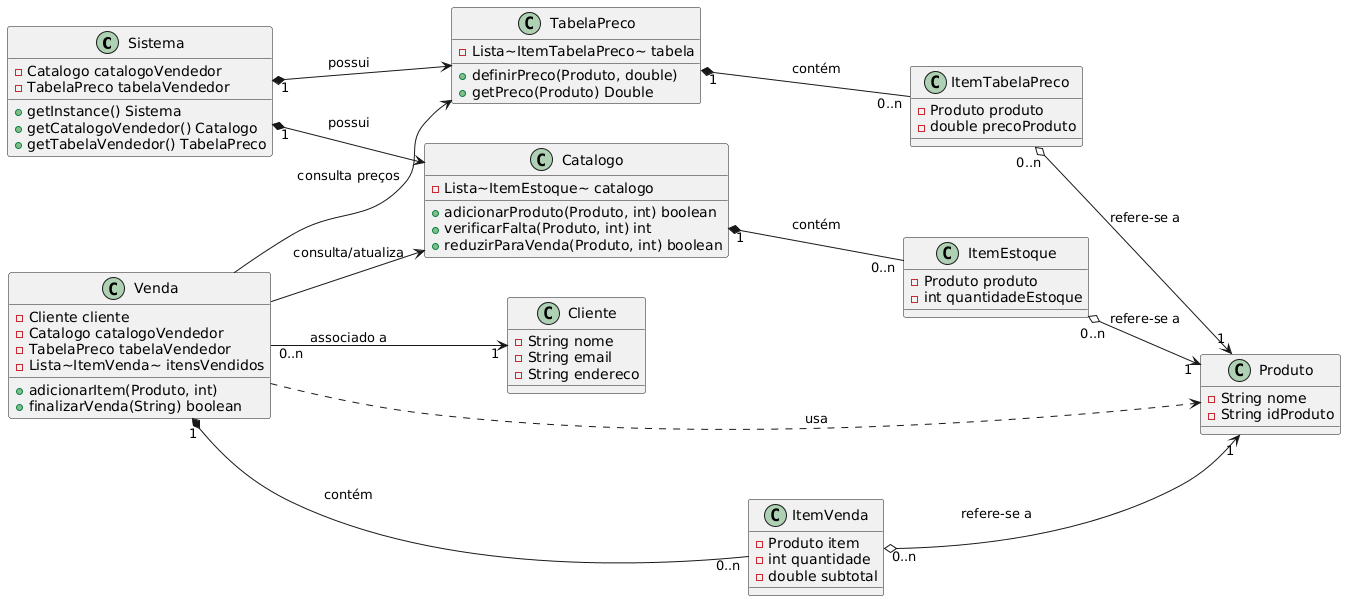
gabriq0/sistemaVendas keeps this PlantUML diagram as diagram.png. Above is the earlier version. Its diagram source:
```plantuml
@startuml
left to right direction
skinparam nodesep 40
skinparam ranksep 40
skinparam ortho direction

    class Sistema {
        -Catalogo catalogoVendedor
        -TabelaPreco tabelaVendedor
        +getInstance() Sistema
        +getCatalogoVendedor() Catalogo
        +getTabelaVendedor() TabelaPreco
    }

    class Venda {
        -Cliente cliente
        -Catalogo catalogoVendedor
        -TabelaPreco tabelaVendedor
        -Lista~ItemVenda~ itensVendidos
        +adicionarItem(Produto, int)
        +finalizarVenda(String) boolean
    }

    class Catalogo {
        -Lista~ItemEstoque~ catalogo
        +adicionarProduto(Produto, int) boolean
        +verificarFalta(Produto, int) int
        +reduzirParaVenda(Produto, int) boolean
    }

    class TabelaPreco {
        -Lista~ItemTabelaPreco~ tabela
        +definirPreco(Produto, double)
        +getPreco(Produto) Double
    }

    class ItemVenda {
        -Produto item
        -int quantidade
        -double subtotal
    }

    class ItemEstoque {
        -Produto produto
        -int quantidadeEstoque
    }

    class ItemTabelaPreco {
        -Produto produto
        -double precoProduto
    }

    class Produto {
        -String nome
        -String idProduto
    }

    class Cliente {
        -String nome
        -String email
        -String endereco
    }

    Sistema "1" *--> Catalogo : possui
    Sistema "1" *--> TabelaPreco : possui

    Venda "0..n" --> "1" Cliente : associado a
    Venda --> Catalogo : consulta/atualiza
    Venda --> TabelaPreco : consulta preços
    Venda ..> Produto : usa

    Venda "1" *-- "0..n" ItemVenda : contém
    Catalogo "1" *-- "0..n" ItemEstoque : contém
    TabelaPreco "1" *-- "0..n" ItemTabelaPreco : contém

    ItemVenda "0..n" o--> "1" Produto : refere-se a
    ItemEstoque "0..n" o--> "1" Produto : refere-se a
    ItemTabelaPreco "0..n" o--> "1" Produto : refere-se a
@enduml
```
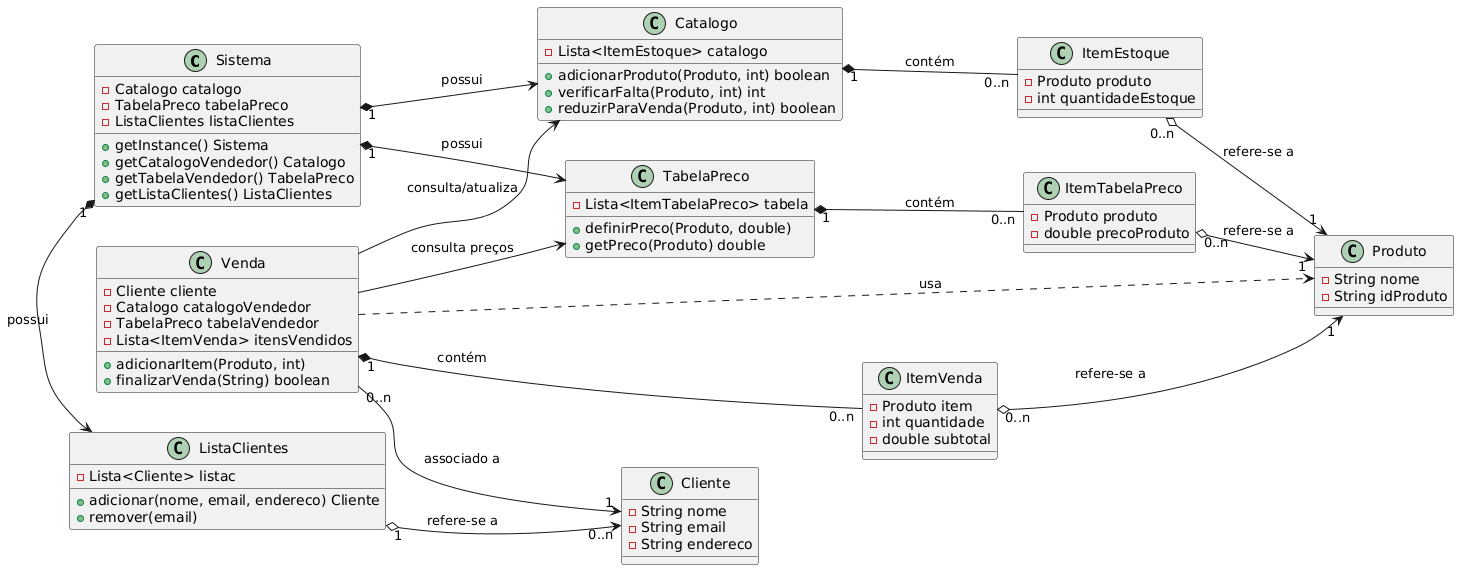
After the commit.

Commit message:
atualizar diagrama de classes (#18)

Diff of the diagram source:
```diff
@@ -5,33 +5,41 @@
 skinparam ortho direction
 
     class Sistema {
-        -Catalogo catalogoVendedor
-        -TabelaPreco tabelaVendedor
+        -Catalogo catalogo
+        -TabelaPreco tabelaPreco
+        -ListaClientes listaClientes
         +getInstance() Sistema
         +getCatalogoVendedor() Catalogo
         +getTabelaVendedor() TabelaPreco
+        +getListaClientes() ListaClientes
     }
 
     class Venda {
         -Cliente cliente
         -Catalogo catalogoVendedor
         -TabelaPreco tabelaVendedor
-        -Lista~ItemVenda~ itensVendidos
+        -Lista<ItemVenda> itensVendidos
         +adicionarItem(Produto, int)
         +finalizarVenda(String) boolean
     }
 
     class Catalogo {
-        -Lista~ItemEstoque~ catalogo
+        -Lista<ItemEstoque> catalogo
         +adicionarProduto(Produto, int) boolean
         +verificarFalta(Produto, int) int
         +reduzirParaVenda(Produto, int) boolean
     }
 
     class TabelaPreco {
-        -Lista~ItemTabelaPreco~ tabela
+        -Lista<ItemTabelaPreco> tabela
         +definirPreco(Produto, double)
-        +getPreco(Produto) Double
+        +getPreco(Produto) double
+    }
+
+    class ListaClientes {
+        -Lista<Cliente> listac
+        +adicionar(nome, email, endereco) Cliente
+        +remover(email)
     }
 
     class ItemVenda {
@@ -61,9 +69,11 @@
         -String endereco
     }
 
+    Sistema "1" *-> ListaClientes : possui
     Sistema "1" *--> Catalogo : possui
-    Sistema "1" *--> TabelaPreco : possui
+    Sistema "1" *-> TabelaPreco : possui
 
+    ListaClientes "1" o--> "0..n" Cliente : refere-se a
     Venda "0..n" --> "1" Cliente : associado a
     Venda --> Catalogo : consulta/atualiza
     Venda --> TabelaPreco : consulta preços
```
